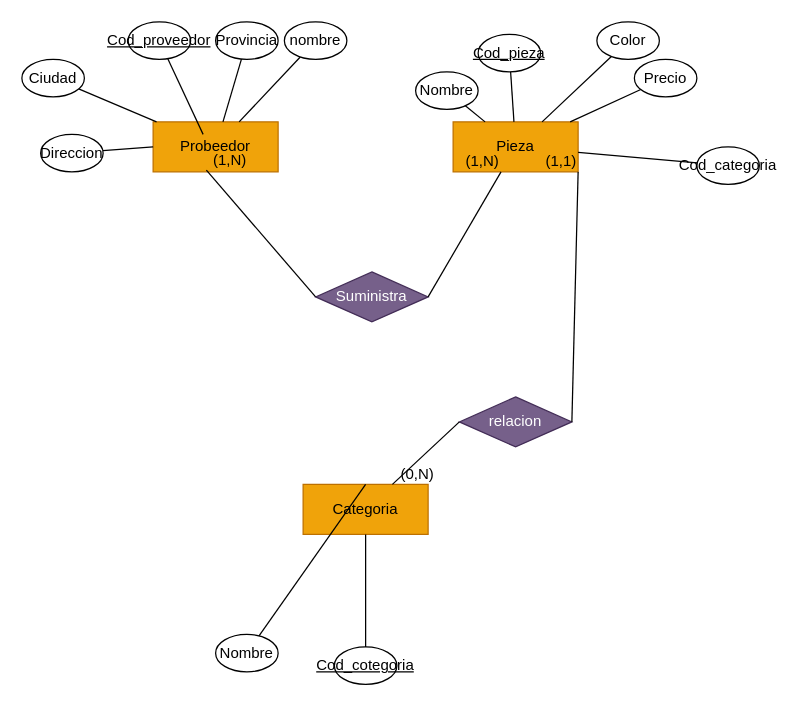
Before: ejers/Ejer10.drawio in NuzzzKa/BasesDeDatos, a draw.io diagram. Source tidied: cells renumbered, new cells numbered last; positions are measured from the earlier drawing's top-left corner, leaving out a move shared by most shapes. Both pictures are drawn from the tidied source at 125%, with x=0, y=0 at pixel (21, 21).
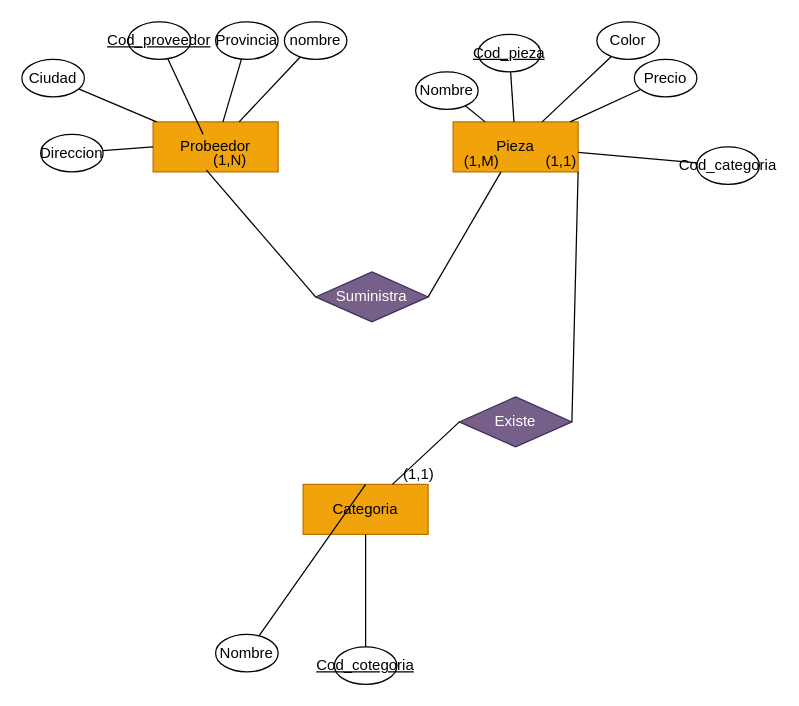
The same diagram, later.

The change refers to these unchanged cells:
```xml
<mxCell id="32" style="endArrow=none;html=1;rounded=0;exitX=1;exitY=0.5;exitDx=0;exitDy=0;" parent="1" edge="1" source="29" target="4">
  <mxGeometry relative="1" as="geometry" />
</mxCell>
<mxCell id="35" style="endArrow=none;html=1;rounded=0;exitX=0;exitY=0.5;exitDx=0;exitDy=0;" parent="1" edge="1" source="34" target="3">
  <mxGeometry relative="1" as="geometry" />
</mxCell>
```

Change to the diagram source:
```diff
@@
-    <mxCell id="33" value="(1,N)" style="html=1;whiteSpace=wrap;align=right;verticalAlign=bottom;" parent="32" vertex="1">
+    <mxCell id="33" value="(1,M)" style="html=1;whiteSpace=wrap;align=right;verticalAlign=bottom;" parent="32" vertex="1">
       <mxGeometry x="1" relative="1" as="geometry" />
     </mxCell>
-    <mxCell id="34" value="relacion" style="shape=rhombus;perimeter=rhombusPerimeter;whiteSpace=wrap;html=1;align=center;fillColor=#76608a;fontColor=#ffffff;strokeColor=#432D57;" parent="1" vertex="1">
+    <mxCell id="34" value="Existe" style="shape=rhombus;perimeter=rhombusPerimeter;whiteSpace=wrap;html=1;align=center;fillColor=#76608a;fontColor=#ffffff;strokeColor=#432D57;" parent="1" vertex="1">
       <mxGeometry x="350" y="300" width="90" height="40" as="geometry" />
     </mxCell>
@@
-    <mxCell id="36" value="(0,N)" style="html=1;whiteSpace=wrap;align=right;verticalAlign=bottom;" parent="35" vertex="1">
+    <mxCell id="36" value="(1,1)" style="html=1;whiteSpace=wrap;align=right;verticalAlign=bottom;" parent="35" vertex="1">
       <mxGeometry x="1" relative="1" as="geometry">
         <mxPoint x="34" as="offset" />
       </mxGeometry>
     </mxCell>
```
